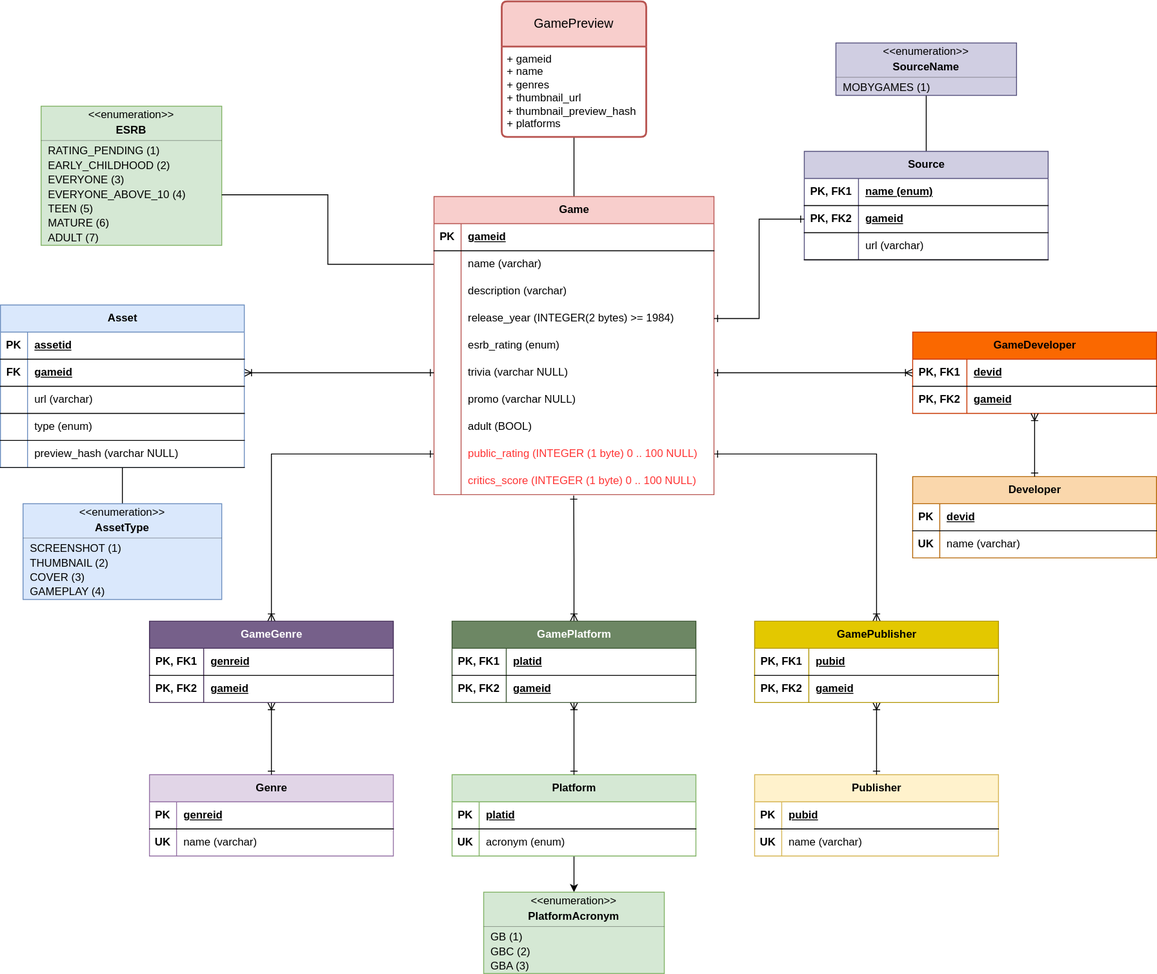
The draw.io diagram database/schema.svg in freitzzz/gameboy-db-api, before a commit. Source tidied: cells renumbered, new cells last; positions are measured from the earlier drawing's top-left corner, leaving out a move shared by most shapes.
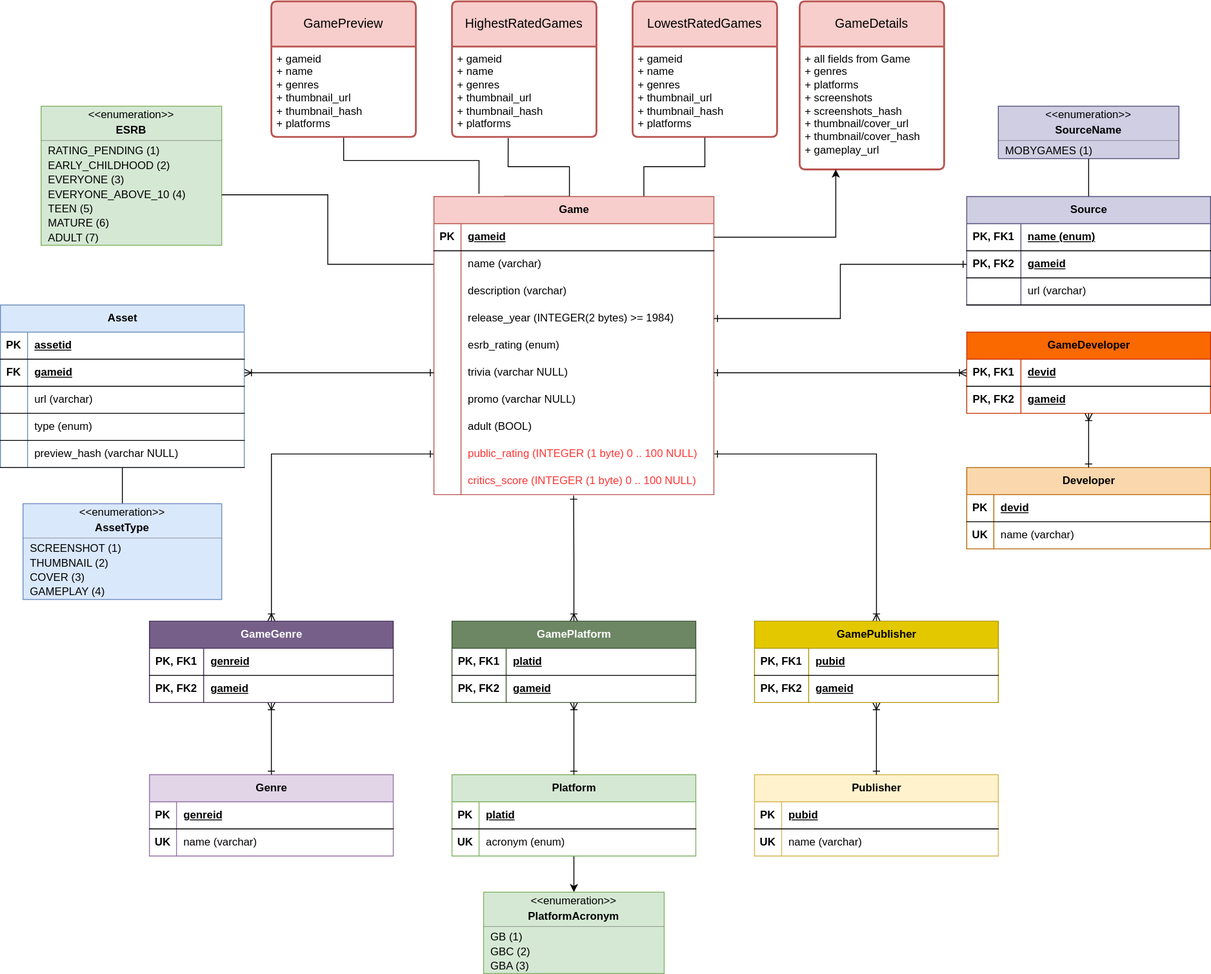
After the commit.

Commit message:
chore: add GameDetails view

Diff of the diagram source:
```diff
@@ -189,14 +189,26 @@
     <mxCell id="62" style="edgeStyle=orthogonalEdgeStyle;rounded=0;jettySize=auto;html=1;exitX=0;exitY=0.5;exitDx=0;exitDy=0;entryX=1;entryY=0.5;entryDx=0;entryDy=0;endArrow=none;startFill=0;" parent="1" edge="1" source="68" target="58">
       <mxGeometry relative="1" as="geometry" />
     </mxCell>
-    <mxCell id="63" style="edgeStyle=orthogonalEdgeStyle;rounded=0;jettySize=auto;html=1;exitX=0.5;exitY=0;exitDx=0;exitDy=0;endArrow=none;startFill=0;entryX=0.5;entryY=1;entryDx=0;entryDy=0;" parent="1" edge="1" source="64" target="138">
+    <mxCell id="63" style="edgeStyle=orthogonalEdgeStyle;rounded=0;jettySize=auto;html=1;exitX=0.161;exitY=-0.009;exitDx=0;exitDy=0;endArrow=none;startFill=0;entryX=0.5;entryY=1;entryDx=0;entryDy=0;exitPerimeter=0;" parent="1" edge="1" source="64" target="138">
       <mxGeometry relative="1" as="geometry">
         <Array as="points">
-          <mxPoint x="635" y="176" />
-          <mxPoint x="635" y="176" />
+          <mxPoint x="530" y="176" />
+          <mxPoint x="380" y="176" />
         </Array>
       </mxGeometry>
     </mxCell>
+    <mxCell id="163" style="edgeStyle=orthogonalEdgeStyle;rounded=0;jettySize=auto;html=1;exitX=0.25;exitY=0;exitDx=0;exitDy=0;entryX=0.389;entryY=1.011;entryDx=0;entryDy=0;endArrow=none;startFill=0;entryPerimeter=0;" parent="1" edge="1" source="64" target="166">
+      <mxGeometry relative="1" as="geometry">
+        <Array as="points">
+          <mxPoint x="630" y="216" />
+          <mxPoint x="630" y="183" />
+          <mxPoint x="562" y="183" />
+        </Array>
+      </mxGeometry>
+    </mxCell>
+    <mxCell id="164" style="edgeStyle=orthogonalEdgeStyle;rounded=0;jettySize=auto;html=1;exitX=0.75;exitY=0;exitDx=0;exitDy=0;entryX=0.5;entryY=1;entryDx=0;entryDy=0;endArrow=none;startFill=0;" parent="1" edge="1" source="64" target="168">
+      <mxGeometry relative="1" as="geometry" />
+    </mxCell>
     <mxCell id="64" value="Game" style="shape=table;startSize=30;rowLines=0;fontStyle=1;align=center;html=1;fillColor=#f8cecc;strokeColor=#b85450;" parent="1" vertex="1">
       <mxGeometry x="480" y="216" width="310" height="330" as="geometry" />
     </mxCell>
@@ -291,7 +303,7 @@
       <mxGeometry x="30" width="280" height="30" as="geometry" />
     </mxCell>
     <mxCell id="95" value="Developer" style="shape=table;startSize=30;rowLines=0;fontStyle=1;align=center;html=1;fillColor=#fad7ac;strokeColor=#b46504;" parent="1" vertex="1">
-      <mxGeometry x="1010" y="526" width="270" height="90" as="geometry" />
+      <mxGeometry x="1070" y="516" width="270" height="90" as="geometry" />
     </mxCell>
     <mxCell id="96" style="shape=tableRow;horizontal=0;startSize=0;swimlaneHead=0;swimlaneBody=0;fillColor=none;top=0;left=0;right=0;bottom=1;" parent="95" vertex="1">
       <mxGeometry y="30" width="270" height="30" as="geometry" />
@@ -315,7 +327,7 @@
       <mxGeometry relative="1" as="geometry" />
     </mxCell>
     <mxCell id="103" value="GameDeveloper" style="shape=table;startSize=30;rowLines=0;fontStyle=1;align=center;html=1;fillColor=#fa6800;strokeColor=#C73500;fontColor=#000000;" parent="1" vertex="1">
-      <mxGeometry x="1010" y="366" width="270" height="90" as="geometry" />
+      <mxGeometry x="1070" y="366" width="270" height="90" as="geometry" />
     </mxCell>
     <mxCell id="104" style="shape=tableRow;horizontal=0;startSize=0;swimlaneHead=0;swimlaneBody=0;fillColor=none;top=0;left=0;right=0;bottom=1;" parent="103" vertex="1">
       <mxGeometry y="30" width="270" height="30" as="geometry" />
@@ -422,16 +434,16 @@
       <mxGeometry y="90" width="220" height="16" as="geometry" />
     </mxCell>
     <mxCell id="137" value="GamePreview" style="swimlane;horizontal=1;startSize=50;rounded=1;fontSize=14;fontStyle=0;strokeWidth=2;shadow=0;dashed=0;align=center;arcSize=4;whiteSpace=wrap;html=1;fillColor=#f8cecc;strokeColor=#b85450;" parent="1" vertex="1">
-      <mxGeometry x="555" width="160" height="150" as="geometry" />
+      <mxGeometry x="300" width="160" height="150" as="geometry" />
     </mxCell>
-    <mxCell id="138" value="&lt;div&gt;+ gameid&lt;/div&gt;+ name&lt;br&gt;+ genres&lt;br&gt;+ thumbnail_url&lt;div&gt;+ thumbnail_preview_hash&lt;br&gt;&lt;div&gt;+ platforms&lt;/div&gt;&lt;/div&gt;" style="align=left;strokeColor=none;fillColor=none;spacingLeft=4;fontSize=12;verticalAlign=top;html=1;" parent="137" vertex="1">
+    <mxCell id="138" value="&lt;div&gt;+ gameid&lt;/div&gt;+ name&lt;br&gt;+ genres&lt;br&gt;+ thumbnail_url&lt;div&gt;+ thumbnail_&lt;span style=&quot;background-color: transparent; color: light-dark(rgb(0, 0, 0), rgb(255, 255, 255));&quot;&gt;hash&lt;/span&gt;&lt;/div&gt;&lt;div&gt;&lt;div&gt;+ platforms&lt;/div&gt;&lt;/div&gt;" style="align=left;strokeColor=none;fillColor=none;spacingLeft=4;fontSize=12;verticalAlign=top;html=1;" parent="137" vertex="1">
       <mxGeometry y="50" width="160" height="100" as="geometry" />
     </mxCell>
     <mxCell id="139" style="edgeStyle=orthogonalEdgeStyle;rounded=0;jettySize=auto;html=1;entryX=0.5;entryY=1;entryDx=0;entryDy=0;endArrow=none;startFill=0;" parent="1" edge="1" source="140" target="162">
       <mxGeometry relative="1" as="geometry" />
     </mxCell>
     <mxCell id="140" value="Source" style="shape=table;startSize=30;rowLines=0;fontStyle=1;align=center;html=1;fillColor=#d0cee2;strokeColor=#56517e;" parent="1" vertex="1">
-      <mxGeometry x="890" y="166" width="270" height="120" as="geometry" />
+      <mxGeometry x="1070" y="216" width="270" height="120" as="geometry" />
     </mxCell>
     <mxCell id="141" style="shape=tableRow;horizontal=0;startSize=0;swimlaneHead=0;swimlaneBody=0;fillColor=none;top=0;left=0;right=0;bottom=1;" parent="140" vertex="1">
       <mxGeometry y="30" width="270" height="30" as="geometry" />
@@ -485,7 +497,7 @@
       <mxGeometry y="74" width="200" height="16" as="geometry" />
     </mxCell>
     <mxCell id="158" style="fontStyle=1;align=center;verticalAlign=middle;horizontal=1;fillColor=#d0cee2;strokeColor=#56517e;" parent="1" vertex="1">
-      <mxGeometry x="925" y="46" width="200" height="58" as="geometry" />
+      <mxGeometry x="1105" y="116" width="200" height="58" as="geometry" />
     </mxCell>
     <mxCell id="159" value="&amp;lt;&amp;lt;enumeration&amp;gt;&amp;gt;" style="html=1;align=center;spacing=0;verticalAlign=middle;strokeColor=none;fillColor=none;whiteSpace=wrap;" parent="158" vertex="1">
       <mxGeometry width="200" height="20" as="geometry" />
@@ -499,5 +511,26 @@
     <mxCell id="162" value="MOBYGAMES (1)" style="html=1;align=left;spacing=0;spacingLeft=8;verticalAlign=middle;strokeColor=none;fillColor=none;whiteSpace=wrap;" parent="158" vertex="1">
       <mxGeometry y="42" width="200" height="16" as="geometry" />
     </mxCell>
+    <mxCell id="165" value="HighestRatedGames" style="swimlane;horizontal=1;startSize=50;rounded=1;fontSize=14;fontStyle=0;strokeWidth=2;shadow=0;dashed=0;align=center;arcSize=4;whiteSpace=wrap;html=1;fillColor=#f8cecc;strokeColor=#b85450;" parent="1" vertex="1">
+      <mxGeometry x="500" width="160" height="150" as="geometry" />
+    </mxCell>
+    <mxCell id="166" value="&lt;div&gt;+ gameid&lt;/div&gt;+ name&lt;br&gt;+ genres&lt;br&gt;+ thumbnail_url&lt;div&gt;+ thumbnail_hash&lt;br&gt;&lt;div&gt;+ platforms&lt;/div&gt;&lt;/div&gt;" style="align=left;strokeColor=none;fillColor=none;spacingLeft=4;fontSize=12;verticalAlign=top;html=1;" parent="165" vertex="1">
+      <mxGeometry y="50" width="160" height="100" as="geometry" />
+    </mxCell>
+    <mxCell id="167" value="LowestRatedGames" style="swimlane;horizontal=1;startSize=50;rounded=1;fontSize=14;fontStyle=0;strokeWidth=2;shadow=0;dashed=0;align=center;arcSize=4;whiteSpace=wrap;html=1;fillColor=#f8cecc;strokeColor=#b85450;" parent="1" vertex="1">
+      <mxGeometry x="700" width="160" height="150" as="geometry" />
+    </mxCell>
+    <mxCell id="168" value="&lt;div&gt;+ gameid&lt;/div&gt;+ name&lt;br&gt;+ genres&lt;br&gt;+ thumbnail_url&lt;div&gt;+ thumbnail_hash&lt;br&gt;&lt;div&gt;+ platforms&lt;/div&gt;&lt;/div&gt;" style="align=left;strokeColor=none;fillColor=none;spacingLeft=4;fontSize=12;verticalAlign=top;html=1;" parent="167" vertex="1">
+      <mxGeometry y="50" width="160" height="100" as="geometry" />
+    </mxCell>
+    <mxCell id="169" value="GameDetails" style="swimlane;horizontal=1;startSize=50;rounded=1;fontSize=14;fontStyle=0;strokeWidth=2;shadow=0;dashed=0;align=center;arcSize=4;whiteSpace=wrap;html=1;fillColor=#f8cecc;strokeColor=#b85450;" parent="1" vertex="1">
+      <mxGeometry x="885" width="160" height="186" as="geometry" />
+    </mxCell>
+    <mxCell id="170" value="&lt;div&gt;+ all fields from Game&lt;/div&gt;&lt;div&gt;+ genres&lt;/div&gt;&lt;div&gt;+ platforms&lt;/div&gt;&lt;div&gt;+ screenshots&lt;/div&gt;&lt;div&gt;&lt;span style=&quot;background-color: transparent; color: light-dark(rgb(0, 0, 0), rgb(255, 255, 255));&quot;&gt;+ screenshots_hash&lt;/span&gt;&lt;/div&gt;&lt;div&gt;&lt;span style=&quot;background-color: transparent; color: light-dark(rgb(0, 0, 0), rgb(255, 255, 255));&quot;&gt;+ thumbnail/cover_url&lt;/span&gt;&lt;/div&gt;&lt;div&gt;+ thumbnail/cover_hash&lt;/div&gt;&lt;div&gt;+ gameplay_url&lt;/div&gt;" style="align=left;strokeColor=none;fillColor=none;spacingLeft=4;fontSize=12;verticalAlign=top;html=1;" parent="169" vertex="1">
+      <mxGeometry y="50" width="160" height="136" as="geometry" />
+    </mxCell>
+    <mxCell id="171" style="edgeStyle=orthogonalEdgeStyle;rounded=0;jettySize=auto;html=1;exitX=1;exitY=0.5;exitDx=0;exitDy=0;entryX=0.25;entryY=1;entryDx=0;entryDy=0;" parent="1" edge="1" source="65" target="170">
+      <mxGeometry relative="1" as="geometry" />
+    </mxCell>
   </root>
 </mxGraphModel>
```
